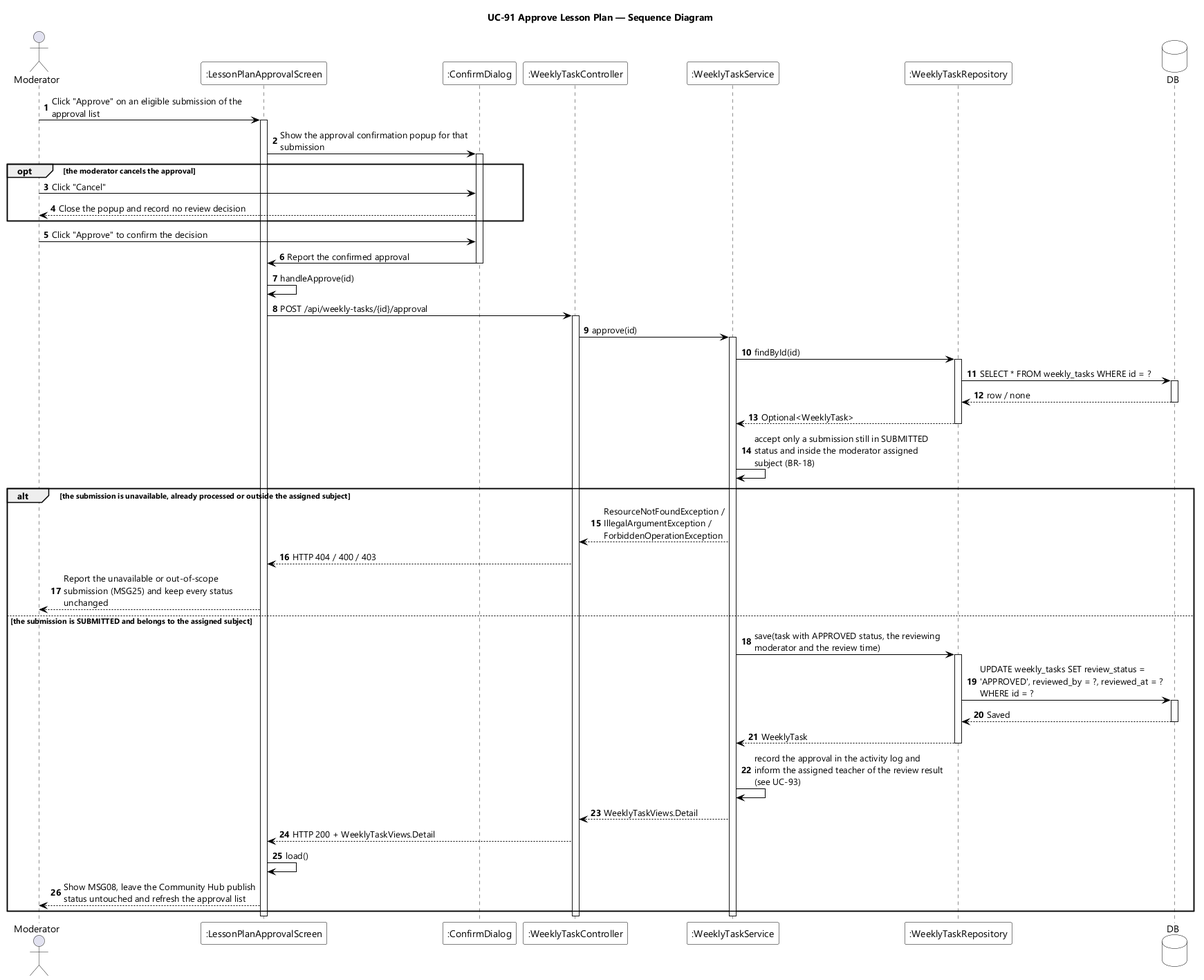
EduA-system/EduA-system keeps this PlantUML diagram as designs/sds-diagrams/uc91/uc91-sequence-diagram.png. Above is the earlier version. The source it was exported from:
```plantuml
@startuml UC-91 Approve Lesson Plan - Sequence Diagram
skinparamlocked dpi 96
skinparam defaultFontName "Segoe UI"
skinparam shadowing false
skinparam ParticipantBackgroundColor #FFFFFF
skinparam ParticipantBorderColor #000000
skinparam DatabaseBackgroundColor #FFFFFF
skinparam DatabaseBorderColor #000000
skinparam ArrowColor #000000
skinparam sequenceMessageAlign left
skinparam maxMessageSize 280
title UC-91 Approve Lesson Plan — Sequence Diagram

actor Moderator
participant ":LessonPlanApprovalScreen" as UI
participant ":ConfirmDialog" as CONFIRM
participant ":WeeklyTaskController" as CTL
participant ":WeeklyTaskService" as SVC
participant ":WeeklyTaskRepository" as REPO
database DB

autonumber
Moderator -> UI : Click "Approve" on an eligible submission of the approval list
activate UI
UI -> CONFIRM : Show the approval confirmation popup for that submission
activate CONFIRM

opt the moderator cancels the approval
  Moderator -> CONFIRM : Click "Cancel"
  CONFIRM --> Moderator : Close the popup and record no review decision
end

Moderator -> CONFIRM : Click "Approve" to confirm the decision
CONFIRM -> UI : Report the confirmed approval
deactivate CONFIRM
UI -> UI : handleApprove(id)
UI -> CTL : POST /api/weekly-tasks/{id}/approval
activate CTL
CTL -> SVC : approve(id)
activate SVC
SVC -> REPO : findById(id)
activate REPO
REPO -> DB : SELECT * FROM weekly_tasks WHERE id = ?
activate DB
DB --> REPO : row / none
deactivate DB
REPO --> SVC : Optional<WeeklyTask>
deactivate REPO
SVC -> SVC : accept only a submission still in SUBMITTED status and inside the moderator assigned subject (BR-18)

alt the submission is unavailable, already processed or outside the assigned subject
  SVC --> CTL : ResourceNotFoundException / IllegalArgumentException / ForbiddenOperationException
  CTL --> UI : HTTP 404 / 400 / 403
  UI --> Moderator : Report the unavailable or out-of-scope submission (MSG25) and keep every status unchanged
else the submission is SUBMITTED and belongs to the assigned subject
  SVC -> REPO : save(task with APPROVED status, the reviewing moderator and the review time)
  activate REPO
  REPO -> DB : UPDATE weekly_tasks SET review_status = 'APPROVED', reviewed_by = ?, reviewed_at = ? WHERE id = ?
  activate DB
  DB --> REPO : Saved
  deactivate DB
  REPO --> SVC : WeeklyTask
  deactivate REPO
  SVC -> SVC : record the approval in the activity log and inform the assigned teacher of the review result (see UC-93)
  SVC --> CTL : WeeklyTaskViews.Detail
  CTL --> UI : HTTP 200 + WeeklyTaskViews.Detail
  UI -> UI : load()
  UI --> Moderator : Show MSG08, leave the Community Hub publish status untouched and refresh the approval list
end
deactivate SVC
deactivate CTL
deactivate UI
@enduml
```
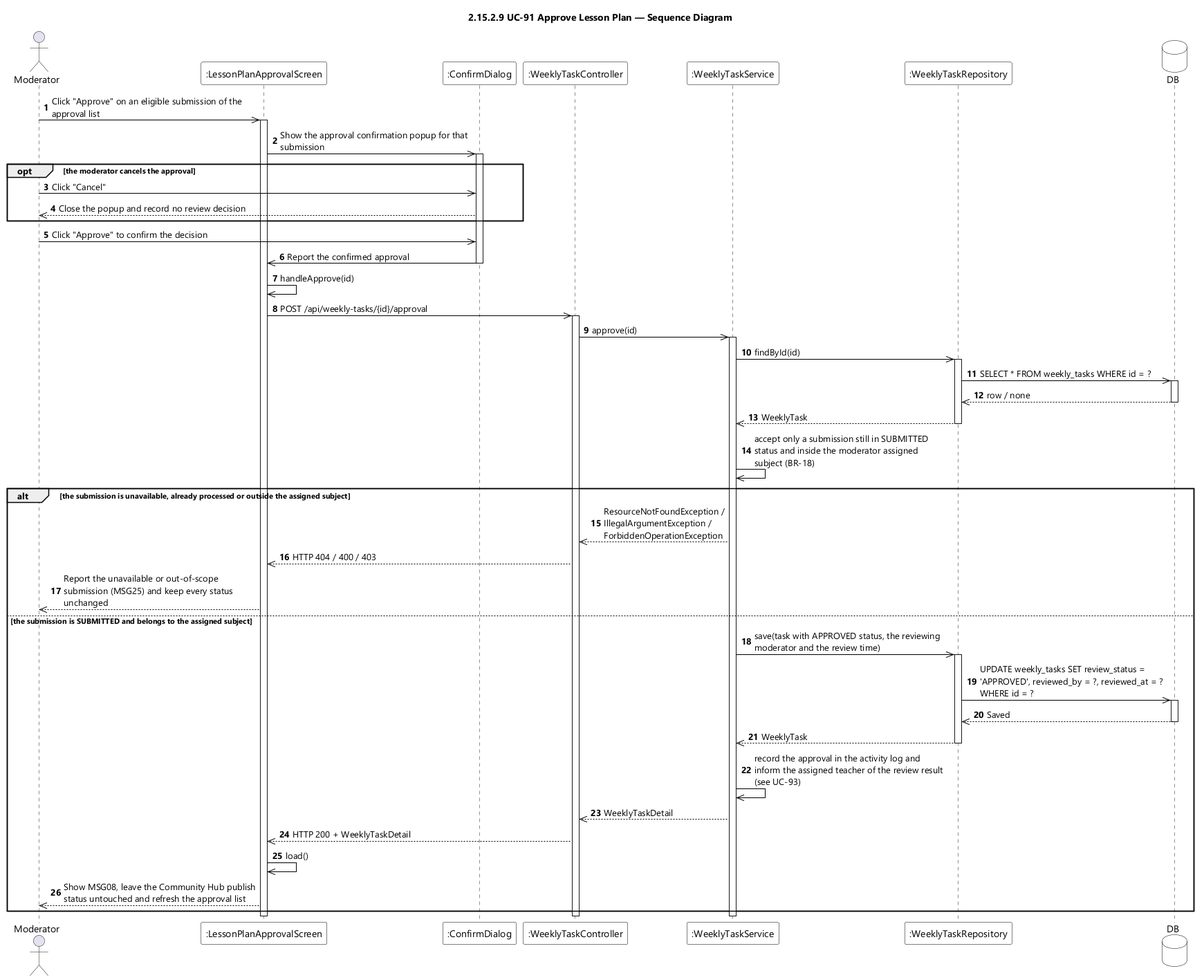
The same file after the commit.

The edit, as a diff of the source:
```diff
@@ -9,7 +9,7 @@
 skinparam ArrowColor #000000
 skinparam sequenceMessageAlign left
 skinparam maxMessageSize 280
-title UC-91 Approve Lesson Plan — Sequence Diagram
+title 2.15.2.9 UC-91 Approve Lesson Plan — Sequence Diagram
 
 actor Moderator
 participant ":LessonPlanApprovalScreen" as UI
@@ -20,52 +20,52 @@
 database DB
 
 autonumber
-Moderator -> UI : Click "Approve" on an eligible submission of the approval list
+Moderator ->> UI : Click "Approve" on an eligible submission of the approval list
 activate UI
-UI -> CONFIRM : Show the approval confirmation popup for that submission
+UI ->> CONFIRM : Show the approval confirmation popup for that submission
 activate CONFIRM
 
 opt the moderator cancels the approval
-  Moderator -> CONFIRM : Click "Cancel"
-  CONFIRM --> Moderator : Close the popup and record no review decision
+  Moderator ->> CONFIRM : Click "Cancel"
+  CONFIRM -->> Moderator : Close the popup and record no review decision
 end
 
-Moderator -> CONFIRM : Click "Approve" to confirm the decision
-CONFIRM -> UI : Report the confirmed approval
+Moderator ->> CONFIRM : Click "Approve" to confirm the decision
+CONFIRM ->> UI : Report the confirmed approval
 deactivate CONFIRM
-UI -> UI : handleApprove(id)
-UI -> CTL : POST /api/weekly-tasks/{id}/approval
+UI ->> UI : handleApprove(id)
+UI ->> CTL : POST /api/weekly-tasks/{id}/approval
 activate CTL
-CTL -> SVC : approve(id)
+CTL ->> SVC : approve(id)
 activate SVC
-SVC -> REPO : findById(id)
+SVC ->> REPO : findById(id)
 activate REPO
-REPO -> DB : SELECT * FROM weekly_tasks WHERE id = ?
+REPO ->> DB : SELECT * FROM weekly_tasks WHERE id = ?
 activate DB
-DB --> REPO : row / none
+DB -->> REPO : row / none
 deactivate DB
-REPO --> SVC : Optional<WeeklyTask>
+REPO -->> SVC : WeeklyTask
 deactivate REPO
-SVC -> SVC : accept only a submission still in SUBMITTED status and inside the moderator assigned subject (BR-18)
+SVC ->> SVC : accept only a submission still in SUBMITTED status and inside the moderator assigned subject (BR-18)
 
 alt the submission is unavailable, already processed or outside the assigned subject
-  SVC --> CTL : ResourceNotFoundException / IllegalArgumentException / ForbiddenOperationException
-  CTL --> UI : HTTP 404 / 400 / 403
-  UI --> Moderator : Report the unavailable or out-of-scope submission (MSG25) and keep every status unchanged
+  SVC -->> CTL : ResourceNotFoundException / IllegalArgumentException / ForbiddenOperationException
+  CTL -->> UI : HTTP 404 / 400 / 403
+  UI -->> Moderator : Report the unavailable or out-of-scope submission (MSG25) and keep every status unchanged
 else the submission is SUBMITTED and belongs to the assigned subject
-  SVC -> REPO : save(task with APPROVED status, the reviewing moderator and the review time)
+  SVC ->> REPO : save(task with APPROVED status, the reviewing moderator and the review time)
   activate REPO
-  REPO -> DB : UPDATE weekly_tasks SET review_status = 'APPROVED', reviewed_by = ?, reviewed_at = ? WHERE id = ?
+  REPO ->> DB : UPDATE weekly_tasks SET review_status = 'APPROVED', reviewed_by = ?, reviewed_at = ? WHERE id = ?
   activate DB
-  DB --> REPO : Saved
+  DB -->> REPO : Saved
   deactivate DB
-  REPO --> SVC : WeeklyTask
+  REPO -->> SVC : WeeklyTask
   deactivate REPO
-  SVC -> SVC : record the approval in the activity log and inform the assigned teacher of the review result (see UC-93)
-  SVC --> CTL : WeeklyTaskViews.Detail
-  CTL --> UI : HTTP 200 + WeeklyTaskViews.Detail
-  UI -> UI : load()
-  UI --> Moderator : Show MSG08, leave the Community Hub publish status untouched and refresh the approval list
+  SVC ->> SVC : record the approval in the activity log and inform the assigned teacher of the review result (see UC-93)
+  SVC -->> CTL : WeeklyTaskDetail
+  CTL -->> UI : HTTP 200 + WeeklyTaskDetail
+  UI ->> UI : load()
+  UI -->> Moderator : Show MSG08, leave the Community Hub publish status untouched and refresh the approval list
 end
 deactivate SVC
 deactivate CTL
```
